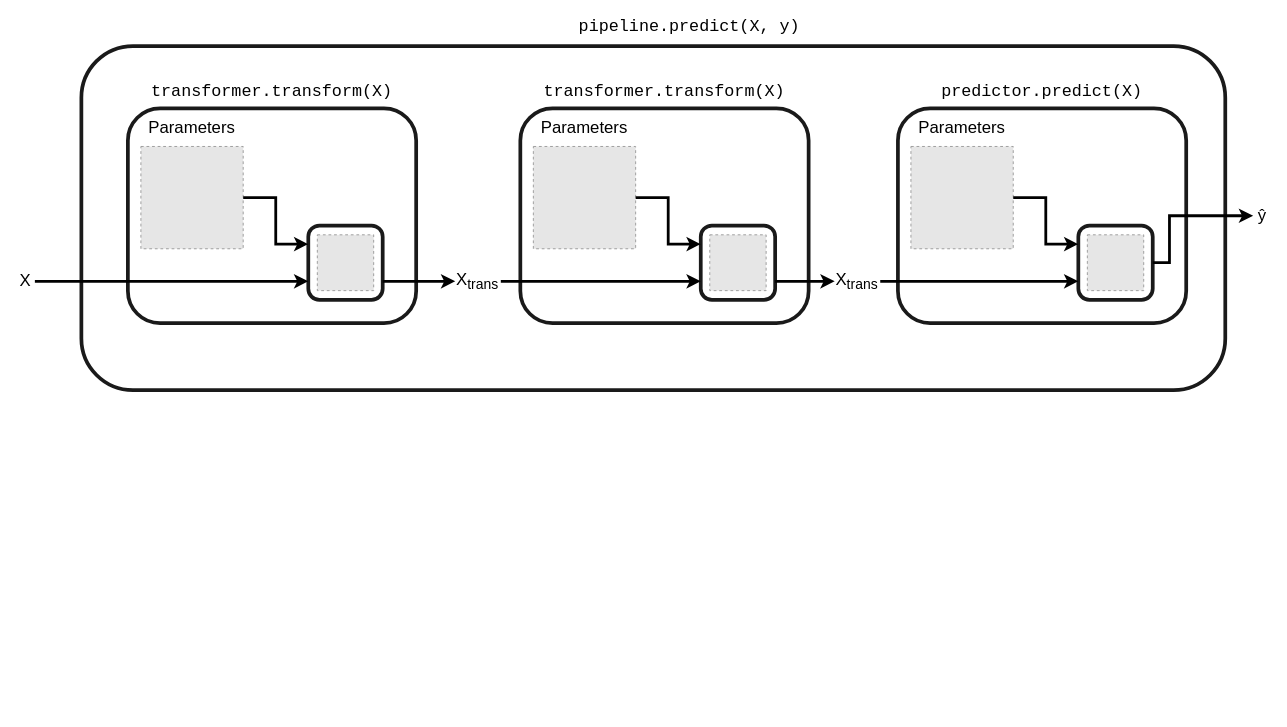
Earlier version of the draw.io diagram page "pipeline.predict" (9 of 9) of figures/api_diagram.drawio (INRIA/scikit-learn-mooc). Source tidied: cells renumbered, new cells numbered last; positions are measured from the earlier drawing's top-left corner, leaving out a move shared by most shapes. Both pictures are drawn from the tidied source at 93%, with x=0, y=0 at pixel (16, 17). Pictures stored in the file or linked from it are replaced by grey dashed boxes.
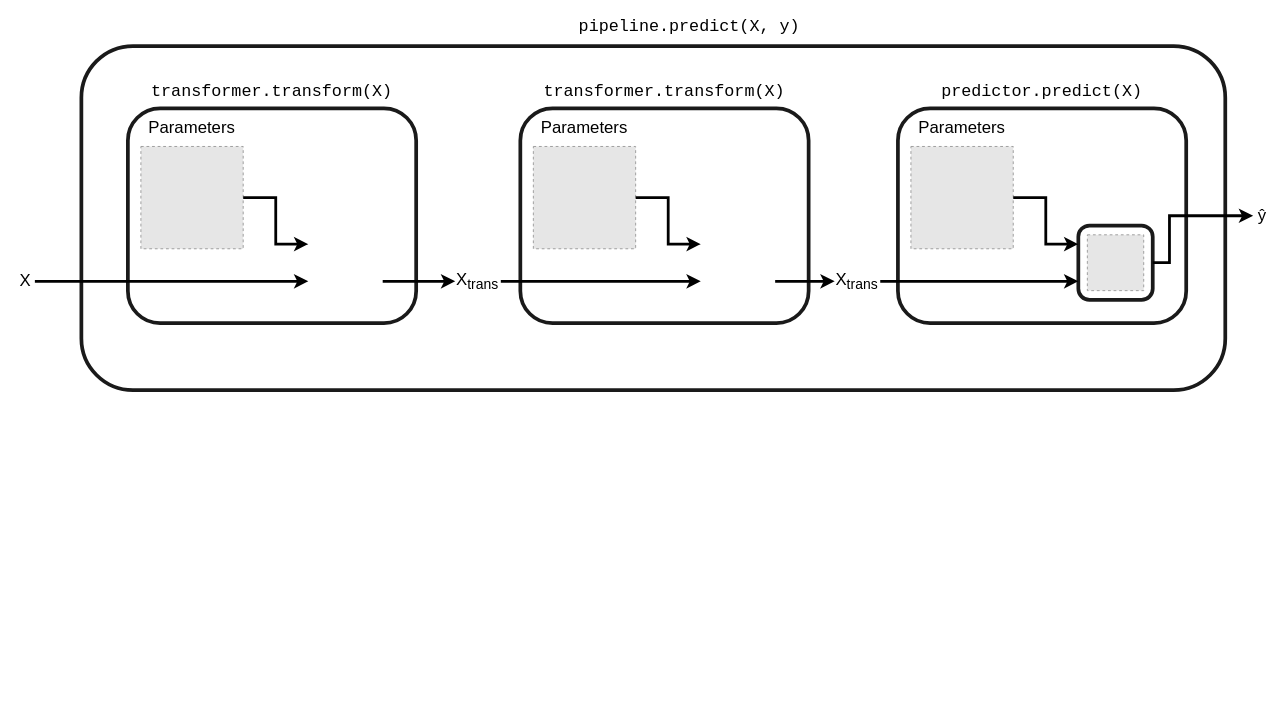
The same diagram, later.

Unchanged cells that the change refers to:
```xml
<mxCell id="2" value="&lt;font style=&quot;font-size: 18px&quot; face=&quot;Ubuntu&quot;&gt;X&lt;/font&gt;" style="text;html=1;strokeColor=none;fillColor=none;align=center;verticalAlign=middle;whiteSpace=wrap;rounded=0;fontFamily=Courier New;" parent="1" vertex="1">
  <mxGeometry y="274" width="20" height="20" as="geometry" />
</mxCell>
<mxCell id="12" style="fillColor=#E6E6E6;strokeColor=#999999;dashed=1;verticalLabelPosition=bottom;labelBackgroundColor=#ffffff;verticalAlign=top;" parent="11" vertex="1">
  <mxGeometry y="30" width="110" height="110" as="geometry" />
</mxCell>
<mxCell id="24" style="fillColor=#E6E6E6;strokeColor=#999999;dashed=1;verticalLabelPosition=bottom;labelBackgroundColor=#ffffff;verticalAlign=top;" parent="23" vertex="1">
  <mxGeometry y="30" width="110" height="110" as="geometry" />
</mxCell>
<mxCell id="44" value="&lt;font style=&quot;font-size: 18px&quot; face=&quot;Ubuntu&quot;&gt;X&lt;sub&gt;trans&lt;/sub&gt;&lt;/font&gt;" style="text;html=1;strokeColor=none;fillColor=none;align=center;verticalAlign=middle;whiteSpace=wrap;rounded=0;fontFamily=Courier New;" parent="1" vertex="1">
  <mxGeometry x="471" y="274" width="50" height="20" as="geometry" />
</mxCell>
```

Diff of the diagram source:
```diff
@@
-    <mxCell id="6" style="group;" parent="1" vertex="1">
-      <mxGeometry x="140" y="592" width="260" height="155" as="geometry" />
-    </mxCell>
-    <mxCell id="7" style="group;" parent="6" vertex="1">
-      <mxGeometry x="80" y="75" width="180" height="80" as="geometry" />
-    </mxCell>
-    <mxCell id="8" style="group;" parent="7" vertex="1">
-      <mxGeometry x="94" y="-460" width="80" height="86" as="geometry" />
-    </mxCell>
-    <mxCell id="9" style="rounded=1;whiteSpace=wrap;html=1;strokeColor=#1A1A1A;strokeWidth=4;" parent="8" vertex="1">
-      <mxGeometry y="17" width="80" height="80" as="geometry" />
-    </mxCell>
-    <mxCell id="10" style="fillColor=#E6E6E6;strokeColor=#999999;dashed=1;verticalLabelPosition=bottom;labelBackgroundColor=#ffffff;verticalAlign=top;" parent="8" vertex="1">
-      <mxGeometry x="9.7" y="27" width="60.6" height="60" as="geometry" />
-    </mxCell>
@@
-    <mxCell id="15" style="edgeStyle=none;rounded=0;jettySize=auto;html=1;exitX=1;exitY=0.5;exitDx=0;exitDy=0;entryX=0;entryY=0.75;entryDx=0;entryDy=0;strokeWidth=3;fontFamily=Courier New;" parent="1" edge="1" source="2" target="9">
-      <mxGeometry x="1020" y="300" as="geometry" />
+    <mxCell id="15" style="edgeStyle=none;rounded=0;jettySize=auto;html=1;exitX=1;exitY=0.5;exitDx=0;exitDy=0;entryX=0;entryY=0.75;entryDx=0;entryDy=0;strokeWidth=3;fontFamily=Courier New;" parent="1" edge="1" source="2">
+      <mxGeometry x="1020" y="300" as="geometry">
+        <mxPoint x="314" y="284" as="targetPoint" />
+      </mxGeometry>
     </mxCell>
-    <mxCell id="16" style="edgeStyle=elbowEdgeStyle;rounded=0;jettySize=auto;html=1;exitX=1;exitY=0.5;exitDx=0;exitDy=0;entryX=0;entryY=0.25;entryDx=0;entryDy=0;strokeWidth=3;fontFamily=Courier New;" parent="1" edge="1" source="12" target="9">
-      <mxGeometry x="1020" y="300" as="geometry" />
+    <mxCell id="16" style="edgeStyle=elbowEdgeStyle;rounded=0;jettySize=auto;html=1;exitX=1;exitY=0.5;exitDx=0;exitDy=0;entryX=0;entryY=0.25;entryDx=0;entryDy=0;strokeWidth=3;fontFamily=Courier New;" parent="1" edge="1" source="12">
+      <mxGeometry x="1020" y="300" as="geometry">
+        <mxPoint x="314" y="244" as="targetPoint" />
+      </mxGeometry>
     </mxCell>
@@
-    <mxCell id="18" style="group;" parent="1" vertex="1">
-      <mxGeometry x="412" y="582" width="260" height="155" as="geometry" />
-    </mxCell>
-    <mxCell id="19" style="group;" parent="18" vertex="1">
-      <mxGeometry x="80" y="75" width="180" height="80" as="geometry" />
-    </mxCell>
-    <mxCell id="20" style="group;" parent="19" vertex="1">
-      <mxGeometry x="244" y="-450" width="80" height="86" as="geometry" />
-    </mxCell>
-    <mxCell id="21" style="rounded=1;whiteSpace=wrap;html=1;strokeColor=#1A1A1A;strokeWidth=4;" parent="20" vertex="1">
-      <mxGeometry y="17" width="80" height="80" as="geometry" />
-    </mxCell>
-    <mxCell id="22" style="fillColor=#E6E6E6;strokeColor=#999999;dashed=1;verticalLabelPosition=bottom;labelBackgroundColor=#ffffff;verticalAlign=top;" parent="20" vertex="1">
-      <mxGeometry x="9.7" y="27" width="60.6" height="60" as="geometry" />
-    </mxCell>
@@
-    <mxCell id="27" style="edgeStyle=elbowEdgeStyle;rounded=0;jettySize=auto;html=1;exitX=1;exitY=0.5;exitDx=0;exitDy=0;entryX=0;entryY=0.25;entryDx=0;entryDy=0;strokeWidth=3;fontFamily=Courier New;" parent="1" edge="1" source="24" target="21">
-      <mxGeometry relative="1" as="geometry" />
+    <mxCell id="27" style="edgeStyle=elbowEdgeStyle;rounded=0;jettySize=auto;html=1;exitX=1;exitY=0.5;exitDx=0;exitDy=0;entryX=0;entryY=0.25;entryDx=0;entryDy=0;strokeWidth=3;fontFamily=Courier New;" parent="1" edge="1" source="24">
+      <mxGeometry relative="1" as="geometry">
+        <mxPoint x="736" y="244" as="targetPoint" />
+      </mxGeometry>
     </mxCell>
@@
-    <mxCell id="42" style="edgeStyle=elbowEdgeStyle;rounded=0;jettySize=auto;html=1;startArrow=none;startFill=0;endArrow=classic;endFill=1;strokeWidth=3;fontFamily=Courier New;exitX=1;exitY=0.75;exitDx=0;exitDy=0;" parent="1" edge="1" source="21">
+    <mxCell id="42" style="edgeStyle=elbowEdgeStyle;rounded=0;orthogonalLoop=1;jettySize=auto;html=1;startArrow=none;startFill=0;endArrow=classic;endFill=1;strokeWidth=3;fontFamily=Courier New;exitX=1;exitY=0.75;exitDx=0;exitDy=0;" parent="1" edge="1">
       <mxGeometry relative="1" as="geometry">
+        <mxPoint x="816" y="284" as="sourcePoint" />
         <mxPoint x="880" y="284" as="targetPoint" />
       </mxGeometry>
     </mxCell>
@@
-    <mxCell id="45" style="edgeStyle=elbowEdgeStyle;rounded=0;jettySize=auto;html=1;startArrow=none;startFill=0;endArrow=classic;endFill=1;strokeWidth=3;fontFamily=Courier New;exitX=1;exitY=0.75;exitDx=0;exitDy=0;" parent="1" edge="1" source="9">
+    <mxCell id="45" style="edgeStyle=elbowEdgeStyle;rounded=0;orthogonalLoop=1;jettySize=auto;html=1;startArrow=none;startFill=0;endArrow=classic;endFill=1;strokeWidth=3;fontFamily=Courier New;exitX=1;exitY=0.75;exitDx=0;exitDy=0;" parent="1" edge="1">
       <mxGeometry relative="1" as="geometry">
+        <mxPoint x="394" y="284" as="sourcePoint" />
         <mxPoint x="472" y="284" as="targetPoint" />
       </mxGeometry>
     </mxCell>
-    <mxCell id="46" style="edgeStyle=elbowEdgeStyle;rounded=0;jettySize=auto;html=1;startArrow=none;startFill=0;endArrow=classic;endFill=1;strokeWidth=3;fontFamily=Courier New;exitX=1;exitY=0.5;exitDx=0;exitDy=0;entryX=0;entryY=0.75;entryDx=0;entryDy=0;" parent="1" edge="1" source="44" target="21">
-      <mxGeometry relative="1" as="geometry" />
+    <mxCell id="46" style="edgeStyle=elbowEdgeStyle;rounded=0;jettySize=auto;html=1;startArrow=none;startFill=0;endArrow=classic;endFill=1;strokeWidth=3;fontFamily=Courier New;exitX=1;exitY=0.5;exitDx=0;exitDy=0;entryX=0;entryY=0.75;entryDx=0;entryDy=0;" parent="1" edge="1" source="44">
+      <mxGeometry relative="1" as="geometry">
+        <mxPoint x="736" y="284" as="targetPoint" />
+      </mxGeometry>
     </mxCell>
```
